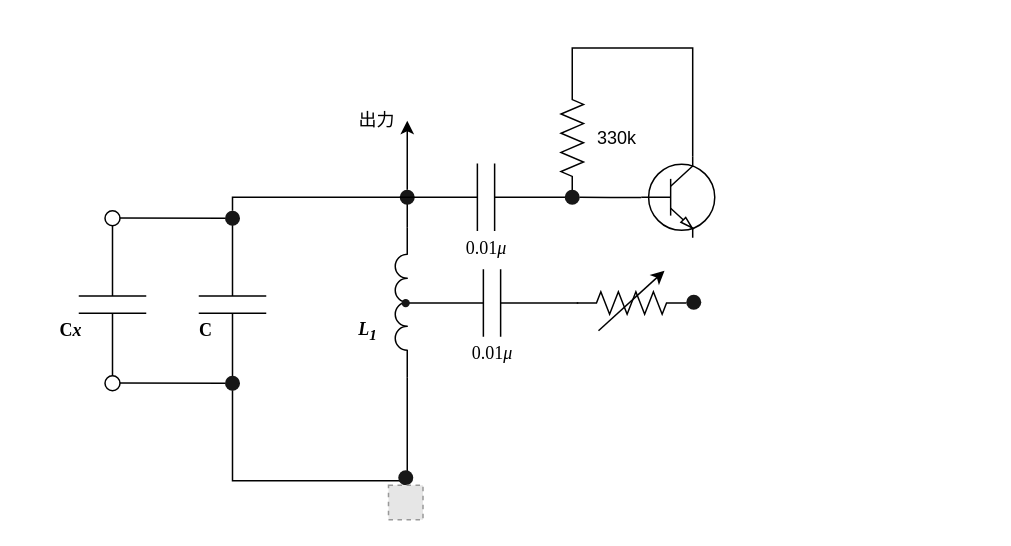
This is Hartley oscillator.drawio from mt-perform/schematics, a draw.io file, before an edit. Source tidied: cells renumbered, new cells numbered last; positions are measured from the earlier drawing's top-left corner, leaving out a move shared by most shapes. Both pictures are drawn from the tidied source at 150%, with x=0, y=0 at pixel (26, 105). Pictures stored in the file or linked from it are replaced by grey dashed boxes.
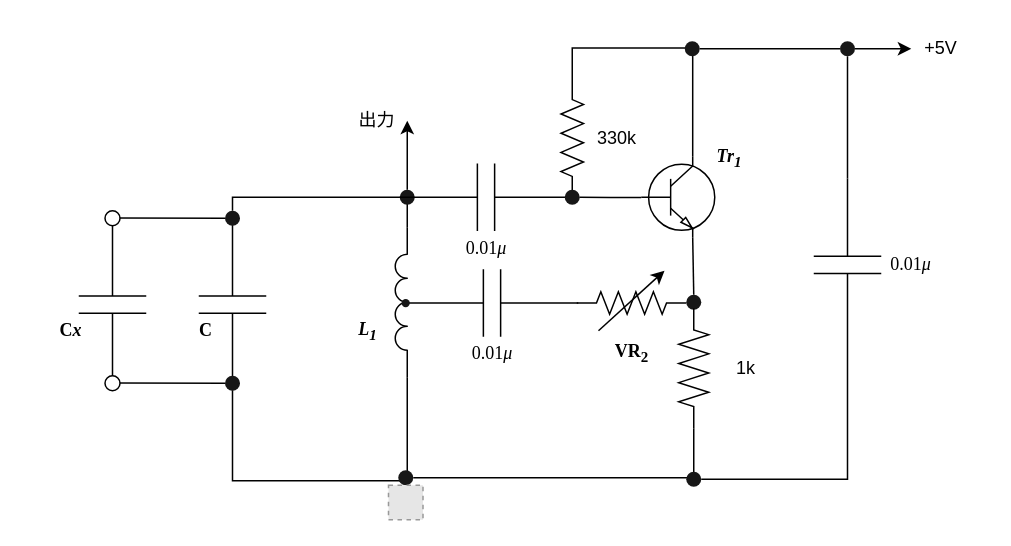
Above is the later version.

Commit message (it also covers changes not shown here):
Hartley oscillator.drawio を更新します

Unchanged cells that the change refers to:
```xml
<mxCell id="14" style="ellipse;whiteSpace=wrap;html=1;fontSize=20;strokeWidth=1;align=center;strokeColor=none;fillColor=#171717;fontFamily=Times New Roman;" parent="1" vertex="1">
  <mxGeometry x="248" y="243" width="10" height="10" as="geometry" />
</mxCell>
<mxCell id="28" style="verticalLabelPosition=bottom;shadow=0;dashed=0;align=center;html=1;verticalAlign=top;shape=mxgraph.electrical.transistors.npn_transistor_1;fontFamily=Times New Roman;strokeWidth=1;" parent="1" vertex="1">
  <mxGeometry x="410" y="33.5" width="49" height="55" as="geometry" />
</mxCell>
<mxCell id="34" style="ellipse;whiteSpace=wrap;html=1;fontSize=20;strokeWidth=1;align=center;strokeColor=none;fillColor=#171717;fontFamily=Times New Roman;" parent="1" vertex="1">
  <mxGeometry x="440" y="126" width="10" height="10" as="geometry" />
</mxCell>
```

The edit, as a diff of the source:
```diff
@@
+    <mxCell id="35" style="edgeStyle=orthogonalEdgeStyle;rounded=0;jettySize=auto;html=1;fontFamily=Times New Roman;endArrow=none;endFill=0;entryX=1;entryY=0.5;entryDx=0;entryDy=0;entryPerimeter=0;" parent="1" edge="1" source="14" target="37">
+      <mxGeometry relative="1" as="geometry">
+        <Array as="points">
+          <mxPoint x="445" y="248" />
+        </Array>
+      </mxGeometry>
+    </mxCell>
@@
+    <mxCell id="36" style="edgeStyle=orthogonalEdgeStyle;rounded=0;jettySize=auto;html=1;exitX=0.7;exitY=1;exitDx=0;exitDy=0;exitPerimeter=0;entryX=0.5;entryY=0;entryDx=0;entryDy=0;fontFamily=Times New Roman;endArrow=none;endFill=0;" parent="1" edge="1" source="28" target="34">
+      <mxGeometry relative="1" as="geometry" />
+    </mxCell>
@@
+    <mxCell id="37" style="verticalLabelPosition=bottom;shadow=0;dashed=0;align=center;html=1;verticalAlign=top;shape=mxgraph.electrical.resistors.resistor_2;fontFamily=Times New Roman;strokeWidth=1;rotation=90;" parent="1" vertex="1">
+      <mxGeometry x="405" y="165" width="80" height="20" as="geometry" />
+    </mxCell>
+    <mxCell id="38" value="1k" style="text;html=1;strokeColor=none;fillColor=none;align=center;verticalAlign=middle;whiteSpace=wrap;rounded=0;" parent="1" vertex="1">
+      <mxGeometry x="450" y="160" width="60" height="30" as="geometry" />
+    </mxCell>
+    <mxCell id="39" value="&lt;font face=&quot;Times New Roman&quot;&gt;&lt;b&gt;VR&lt;sub&gt;2&lt;/sub&gt;&lt;/b&gt;&lt;/font&gt;" style="text;html=1;strokeColor=none;fillColor=none;align=center;verticalAlign=middle;whiteSpace=wrap;rounded=0;" parent="1" vertex="1">
+      <mxGeometry x="373.5" y="150" width="60" height="30" as="geometry" />
+    </mxCell>
+    <mxCell id="40" style="edgeStyle=orthogonalEdgeStyle;rounded=0;jettySize=auto;html=1;entryX=1;entryY=0.5;entryDx=0;entryDy=0;entryPerimeter=0;fontFamily=Times New Roman;endArrow=none;endFill=0;" parent="1" edge="1" source="41" target="44">
+      <mxGeometry relative="1" as="geometry" />
+    </mxCell>
+    <mxCell id="41" style="ellipse;whiteSpace=wrap;html=1;fontSize=20;strokeWidth=1;align=center;strokeColor=none;fillColor=#171717;fontFamily=Times New Roman;" parent="1" vertex="1">
+      <mxGeometry x="440" y="244" width="10" height="10" as="geometry" />
+    </mxCell>
+    <mxCell id="42" style="edgeStyle=orthogonalEdgeStyle;rounded=0;jettySize=auto;html=1;entryX=0;entryY=0.5;entryDx=0;entryDy=0;entryPerimeter=0;fontFamily=Times New Roman;endArrow=none;endFill=0;startArrow=none;" parent="1" edge="1" source="47" target="44">
+      <mxGeometry relative="1" as="geometry" />
+    </mxCell>
+    <mxCell id="43" style="ellipse;whiteSpace=wrap;html=1;fontSize=20;strokeWidth=1;align=center;strokeColor=none;fillColor=#171717;fontFamily=Times New Roman;" parent="1" vertex="1">
+      <mxGeometry x="439" y="-43" width="10" height="10" as="geometry" />
+    </mxCell>
+    <mxCell id="44" style="verticalLabelPosition=bottom;shadow=0;dashed=0;align=center;html=1;verticalAlign=top;shape=mxgraph.electrical.capacitors.capacitor_1;rotation=90;" parent="1" vertex="1">
+      <mxGeometry x="490" y="83.5" width="115" height="45" as="geometry" />
+    </mxCell>
+    <mxCell id="45" value="&lt;font face=&quot;Times New Roman&quot;&gt;0.01&lt;i&gt;μ&lt;/i&gt;&lt;/font&gt;" style="text;html=1;strokeColor=none;fillColor=none;align=center;verticalAlign=middle;whiteSpace=wrap;rounded=0;" parent="1" vertex="1">
+      <mxGeometry x="560" y="91" width="60" height="30" as="geometry" />
+    </mxCell>
+    <mxCell id="46" style="edgeStyle=orthogonalEdgeStyle;rounded=0;jettySize=auto;html=1;fontFamily=Times New Roman;endArrow=classic;endFill=1;" parent="1" edge="1" source="47">
+      <mxGeometry relative="1" as="geometry">
+        <mxPoint x="590" y="-38" as="targetPoint" />
+      </mxGeometry>
+    </mxCell>
+    <mxCell id="47" style="ellipse;whiteSpace=wrap;html=1;fontSize=20;strokeWidth=1;align=center;strokeColor=none;fillColor=#171717;fontFamily=Times New Roman;" parent="1" vertex="1">
+      <mxGeometry x="542.5" y="-43" width="10" height="10" as="geometry" />
+    </mxCell>
+    <mxCell id="48" style="edgeStyle=orthogonalEdgeStyle;rounded=0;jettySize=auto;html=1;entryX=0;entryY=0.5;entryDx=0;entryDy=0;entryPerimeter=0;fontFamily=Times New Roman;endArrow=none;endFill=0;" parent="1" edge="1" source="43" target="47">
+      <mxGeometry relative="1" as="geometry" />
+    </mxCell>
+    <mxCell id="49" value="+5V" style="text;html=1;strokeColor=none;fillColor=none;align=center;verticalAlign=middle;whiteSpace=wrap;rounded=0;" parent="1" vertex="1">
+      <mxGeometry x="580" y="-53" width="60" height="30" as="geometry" />
+    </mxCell>
+    <mxCell id="50" value="&lt;i&gt;&lt;b&gt;&lt;font face=&quot;Times New Roman&quot;&gt;Tr&lt;sub&gt;1&lt;/sub&gt;&lt;/font&gt;&lt;/b&gt;&lt;/i&gt;" style="text;html=1;strokeColor=none;fillColor=none;align=center;verticalAlign=middle;whiteSpace=wrap;rounded=0;" parent="1" vertex="1">
+      <mxGeometry x="439" y="20" width="60" height="30" as="geometry" />
+    </mxCell>
```
